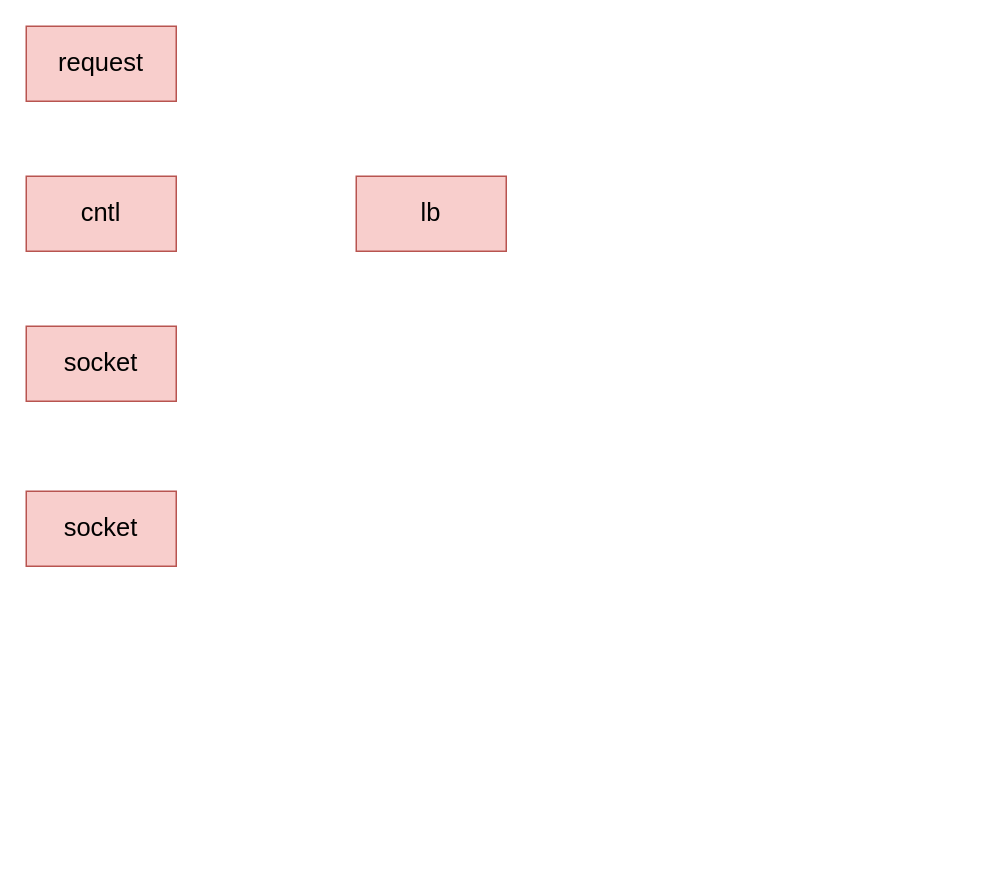
Before: page "第 1 页" (1 of 2) of laplus.drawio in yantao006/draw_io, a draw.io diagram. Source tidied: cells renumbered, new cells numbered last; positions are measured from the earlier drawing's top-left corner, leaving out a move shared by most shapes. Both pictures are drawn from the tidied source at 150%, with x=0, y=0 at pixel (26, 26).
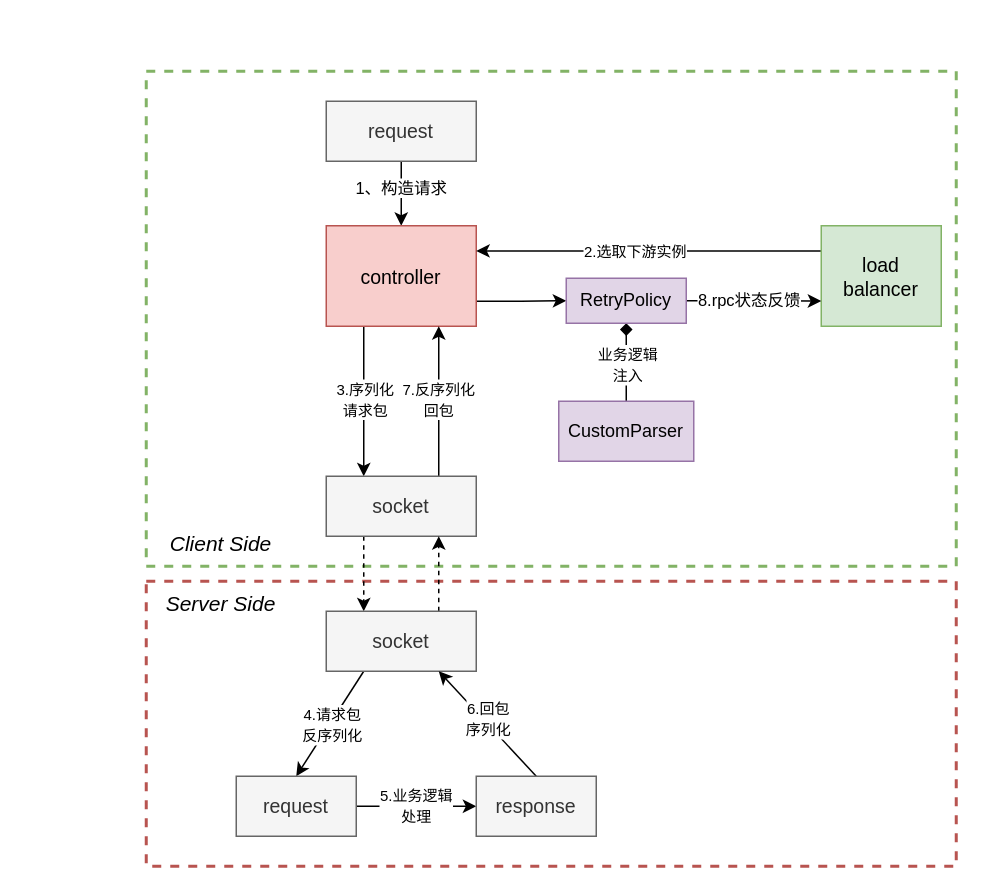
The same diagram, later.

The edit, as a diff of the source:
```diff
@@
-    <mxCell id="2" value="&lt;font style=&quot;font-size: 17px;&quot;&gt;request&lt;/font&gt;" style="rounded=0;whiteSpace=wrap;html=1;fillColor=#f8cecc;strokeColor=#b85450;" parent="1" vertex="1">
-      <mxGeometry width="100" height="50" as="geometry" />
-    </mxCell>
-    <mxCell id="3" value="&lt;font style=&quot;font-size: 17px;&quot;&gt;cntl&lt;/font&gt;" style="rounded=0;whiteSpace=wrap;html=1;fillColor=#f8cecc;strokeColor=#b85450;" parent="1" vertex="1">
-      <mxGeometry y="100" width="100" height="50" as="geometry" />
-    </mxCell>
-    <mxCell id="4" value="&lt;font style=&quot;font-size: 17px;&quot;&gt;socket&lt;/font&gt;" style="rounded=0;whiteSpace=wrap;html=1;fillColor=#f8cecc;strokeColor=#b85450;" parent="1" vertex="1">
-      <mxGeometry y="200" width="100" height="50" as="geometry" />
-    </mxCell>
-    <mxCell id="5" value="&lt;font style=&quot;font-size: 17px;&quot;&gt;lb&lt;/font&gt;" style="rounded=0;whiteSpace=wrap;html=1;fillColor=#f8cecc;strokeColor=#b85450;" parent="1" vertex="1">
-      <mxGeometry x="220" y="100" width="100" height="50" as="geometry" />
-    </mxCell>
-    <mxCell id="6" value="&lt;font style=&quot;font-size: 17px;&quot;&gt;socket&lt;/font&gt;" style="rounded=0;whiteSpace=wrap;html=1;fillColor=#f8cecc;strokeColor=#b85450;" parent="1" vertex="1">
-      <mxGeometry y="310" width="100" height="50" as="geometry" />
-    </mxCell>
+    <mxCell id="7" style="rounded=0;whiteSpace=wrap;html=1;fontSize=14;fillColor=none;dashed=1;strokeWidth=2;strokeColor=#82b366;" parent="1" vertex="1">
+      <mxGeometry x="80" y="30" width="540" height="330" as="geometry" />
+    </mxCell>
+    <mxCell id="8" style="rounded=0;whiteSpace=wrap;html=1;fontSize=14;fillColor=none;dashed=1;strokeWidth=2;strokeColor=#b85450;" parent="1" vertex="1">
+      <mxGeometry x="80" y="370" width="540" height="190" as="geometry" />
+    </mxCell>
+    <mxCell id="9" style="edgeStyle=orthogonalEdgeStyle;rounded=0;jettySize=auto;html=1;" parent="1" edge="1" source="11" target="15">
+      <mxGeometry relative="1" as="geometry" />
+    </mxCell>
+    <mxCell id="10" value="1、构造请求" style="edgeLabel;html=1;align=center;verticalAlign=middle;" parent="9" vertex="1">
+      <mxGeometry x="-0.21" y="-1" relative="1" as="geometry" />
+    </mxCell>
+    <mxCell id="11" value="&lt;font style=&quot;font-size: 13px;&quot;&gt;request&lt;/font&gt;" style="rounded=0;whiteSpace=wrap;html=1;fillColor=#f5f5f5;fontColor=#333333;strokeColor=#666666;" parent="1" vertex="1">
+      <mxGeometry x="200" y="50" width="100" height="40" as="geometry" />
+    </mxCell>
+    <mxCell id="12" style="edgeStyle=orthogonalEdgeStyle;rounded=0;jettySize=auto;html=1;exitX=0.25;exitY=1;exitDx=0;exitDy=0;entryX=0.25;entryY=0;entryDx=0;entryDy=0;" parent="1" edge="1" source="15" target="19">
+      <mxGeometry relative="1" as="geometry" />
+    </mxCell>
+    <mxCell id="13" value="&lt;font style=&quot;font-size: 10px;&quot;&gt;3.序列化&lt;br&gt;请求包&lt;/font&gt;" style="edgeLabel;html=1;align=center;verticalAlign=middle;" parent="12" vertex="1">
+      <mxGeometry x="-0.05" relative="1" as="geometry" />
+    </mxCell>
+    <mxCell id="14" style="edgeStyle=orthogonalEdgeStyle;rounded=0;jettySize=auto;html=1;exitX=1;exitY=0.75;exitDx=0;exitDy=0;entryX=0;entryY=0.5;entryDx=0;entryDy=0;" parent="1" edge="1" source="15" target="33">
+      <mxGeometry relative="1" as="geometry" />
+    </mxCell>
+    <mxCell id="15" value="&lt;span style=&quot;font-size: 13px;&quot;&gt;controller&lt;br&gt;&lt;/span&gt;" style="rounded=0;whiteSpace=wrap;html=1;fillColor=#f8cecc;strokeColor=#b85450;" parent="1" vertex="1">
+      <mxGeometry x="200" y="133" width="100" height="67" as="geometry" />
+    </mxCell>
+    <mxCell id="16" style="edgeStyle=orthogonalEdgeStyle;rounded=0;jettySize=auto;html=1;exitX=0.75;exitY=0;exitDx=0;exitDy=0;entryX=0.75;entryY=1;entryDx=0;entryDy=0;" parent="1" edge="1" source="19" target="15">
+      <mxGeometry relative="1" as="geometry" />
+    </mxCell>
+    <mxCell id="17" value="&lt;font style=&quot;font-size: 10px;&quot;&gt;7.反序列化&lt;br&gt;回包&lt;/font&gt;" style="edgeLabel;html=1;align=center;verticalAlign=middle;" parent="16" vertex="1">
+      <mxGeometry x="0.03" y="1" relative="1" as="geometry" />
+    </mxCell>
+    <mxCell id="18" style="edgeStyle=orthogonalEdgeStyle;rounded=0;jettySize=auto;html=1;exitX=0.25;exitY=1;exitDx=0;exitDy=0;entryX=0.25;entryY=0;entryDx=0;entryDy=0;dashed=1;" parent="1" edge="1" source="19" target="24">
+      <mxGeometry relative="1" as="geometry" />
+    </mxCell>
+    <mxCell id="19" value="&lt;span style=&quot;font-size: 13px;&quot;&gt;socket&lt;/span&gt;" style="rounded=0;whiteSpace=wrap;html=1;fillColor=#f5f5f5;fontColor=#333333;strokeColor=#666666;" parent="1" vertex="1">
+      <mxGeometry x="200" y="300" width="100" height="40" as="geometry" />
+    </mxCell>
+    <mxCell id="20" value="&lt;i&gt;Client Side&lt;/i&gt;" style="text;html=1;strokeColor=none;fillColor=none;align=center;verticalAlign=middle;whiteSpace=wrap;rounded=0;dashed=1;strokeWidth=2;fontSize=14;" parent="1" vertex="1">
+      <mxGeometry x="80" y="330" width="100" height="30" as="geometry" />
+    </mxCell>
+    <mxCell id="21" style="edgeStyle=orthogonalEdgeStyle;rounded=0;jettySize=auto;html=1;exitX=0.75;exitY=0;exitDx=0;exitDy=0;entryX=0.75;entryY=1;entryDx=0;entryDy=0;dashed=1;" parent="1" edge="1" source="24" target="19">
+      <mxGeometry relative="1" as="geometry" />
+    </mxCell>
+    <mxCell id="22" style="rounded=0;jettySize=auto;html=1;exitX=0.25;exitY=1;exitDx=0;exitDy=0;entryX=0.5;entryY=0;entryDx=0;entryDy=0;" parent="1" edge="1" source="24" target="35">
+      <mxGeometry relative="1" as="geometry" />
+    </mxCell>
+    <mxCell id="23" value="&lt;font style=&quot;font-size: 10px;&quot;&gt;4.请求包&lt;br&gt;反序列化&lt;br&gt;&lt;/font&gt;" style="edgeLabel;html=1;align=center;verticalAlign=middle;" parent="22" vertex="1">
+      <mxGeometry x="-0.01" y="1" relative="1" as="geometry" />
+    </mxCell>
+    <mxCell id="24" value="&lt;span style=&quot;font-size: 13px;&quot;&gt;socket&lt;/span&gt;" style="rounded=0;whiteSpace=wrap;html=1;fillColor=#f5f5f5;fontColor=#333333;strokeColor=#666666;" parent="1" vertex="1">
+      <mxGeometry x="200" y="390" width="100" height="40" as="geometry" />
+    </mxCell>
+    <mxCell id="25" style="edgeStyle=orthogonalEdgeStyle;rounded=0;jettySize=auto;html=1;exitX=0;exitY=0.25;exitDx=0;exitDy=0;entryX=1;entryY=0.25;entryDx=0;entryDy=0;" parent="1" edge="1" source="27" target="15">
+      <mxGeometry relative="1" as="geometry" />
+    </mxCell>
+    <mxCell id="26" value="&lt;font style=&quot;font-size: 10px;&quot;&gt;2.选取下游实例&lt;/font&gt;" style="edgeLabel;html=1;align=center;verticalAlign=middle;" parent="25" vertex="1">
+      <mxGeometry x="0.09" relative="1" as="geometry" />
+    </mxCell>
+    <mxCell id="27" value="&lt;span style=&quot;font-size: 13px;&quot;&gt;load&lt;br&gt;balancer&lt;br&gt;&lt;/span&gt;" style="rounded=0;whiteSpace=wrap;html=1;fillColor=#d5e8d4;strokeColor=#82b366;" parent="1" vertex="1">
+      <mxGeometry x="530" y="133" width="80" height="67" as="geometry" />
+    </mxCell>
+    <mxCell id="28" style="edgeStyle=orthogonalEdgeStyle;rounded=0;jettySize=auto;html=1;exitX=0.5;exitY=0;exitDx=0;exitDy=0;entryX=0.5;entryY=1;entryDx=0;entryDy=0;endArrow=diamond;endFill=1;" parent="1" edge="1" source="30" target="33">
+      <mxGeometry relative="1" as="geometry" />
+    </mxCell>
+    <mxCell id="29" value="&lt;font style=&quot;font-size: 10px;&quot;&gt;业务逻辑&lt;br&gt;注入&lt;/font&gt;" style="edgeLabel;html=1;align=center;verticalAlign=middle;" parent="28" vertex="1">
+      <mxGeometry x="-0.04" relative="1" as="geometry" />
+    </mxCell>
+    <mxCell id="30" value="&lt;font style=&quot;font-size: 12px;&quot;&gt;CustomParser&lt;/font&gt;" style="rounded=0;whiteSpace=wrap;html=1;fillColor=#e1d5e7;strokeColor=#9673a6;" parent="1" vertex="1">
+      <mxGeometry x="355" y="250" width="90" height="40" as="geometry" />
+    </mxCell>
+    <mxCell id="31" style="edgeStyle=orthogonalEdgeStyle;rounded=0;jettySize=auto;html=1;exitX=1;exitY=0.5;exitDx=0;exitDy=0;entryX=0;entryY=0.75;entryDx=0;entryDy=0;" parent="1" edge="1" source="33" target="27">
+      <mxGeometry relative="1" as="geometry" />
+    </mxCell>
+    <mxCell id="32" value="8.rpc状态反馈" style="edgeLabel;html=1;align=center;verticalAlign=middle;" parent="31" vertex="1">
+      <mxGeometry x="-0.1" y="1" relative="1" as="geometry" />
+    </mxCell>
+    <mxCell id="33" value="&lt;font style=&quot;font-size: 12px;&quot;&gt;RetryPolicy&lt;/font&gt;" style="rounded=0;whiteSpace=wrap;html=1;fillColor=#e1d5e7;strokeColor=#9673a6;" parent="1" vertex="1">
+      <mxGeometry x="360" y="168" width="80" height="30" as="geometry" />
+    </mxCell>
+    <mxCell id="34" value="&lt;font style=&quot;font-size: 10px;&quot;&gt;5.业务逻辑&lt;br&gt;处理&lt;/font&gt;" style="edgeStyle=orthogonalEdgeStyle;rounded=0;jettySize=auto;html=1;exitX=1;exitY=0.5;exitDx=0;exitDy=0;" parent="1" edge="1" source="35" target="38">
+      <mxGeometry relative="1" as="geometry" />
+    </mxCell>
+    <mxCell id="35" value="&lt;font style=&quot;font-size: 13px;&quot;&gt;request&lt;/font&gt;" style="rounded=0;whiteSpace=wrap;html=1;fillColor=#f5f5f5;fontColor=#333333;strokeColor=#666666;" parent="1" vertex="1">
+      <mxGeometry x="140" y="500" width="80" height="40" as="geometry" />
+    </mxCell>
+    <mxCell id="36" style="rounded=0;jettySize=auto;html=1;exitX=0.5;exitY=0;exitDx=0;exitDy=0;entryX=0.75;entryY=1;entryDx=0;entryDy=0;" parent="1" edge="1" source="38" target="24">
+      <mxGeometry relative="1" as="geometry" />
+    </mxCell>
+    <mxCell id="37" value="&lt;font style=&quot;font-size: 10px;&quot;&gt;6.回包&lt;br&gt;序列化&lt;/font&gt;" style="edgeLabel;html=1;align=center;verticalAlign=middle;" parent="36" vertex="1">
+      <mxGeometry x="0.04" y="-2" relative="1" as="geometry" />
+    </mxCell>
+    <mxCell id="38" value="&lt;font style=&quot;font-size: 13px;&quot;&gt;response&lt;/font&gt;" style="rounded=0;whiteSpace=wrap;html=1;fillColor=#f5f5f5;fontColor=#333333;strokeColor=#666666;" parent="1" vertex="1">
+      <mxGeometry x="300" y="500" width="80" height="40" as="geometry" />
+    </mxCell>
+    <mxCell id="39" value="&lt;i&gt;Server Side&lt;/i&gt;" style="text;html=1;strokeColor=none;fillColor=none;align=center;verticalAlign=middle;whiteSpace=wrap;rounded=0;dashed=1;strokeWidth=2;fontSize=14;" parent="1" vertex="1">
+      <mxGeometry x="80" y="370" width="100" height="30" as="geometry" />
+    </mxCell>
```
